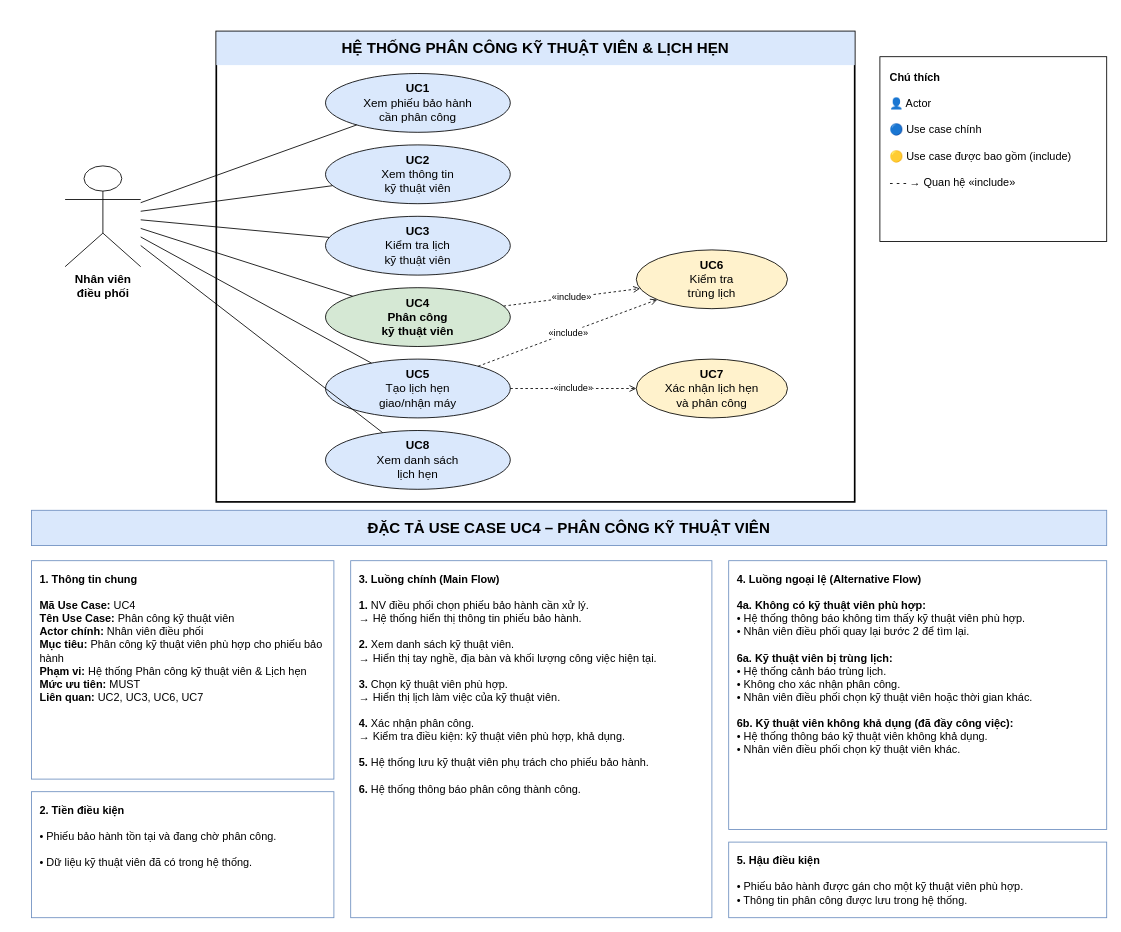
Above: docs/usecase.drawio in taikon47/cdtn1-phamcongtai-l4 (draw.io), before the change. Source tidied: cells renumbered, new cells numbered last; positions are measured from the earlier drawing's top-left corner, leaving out a move shared by most shapes. Both pictures are drawn from the tidied source at 84%, with x=0, y=0 at pixel (31, 31).
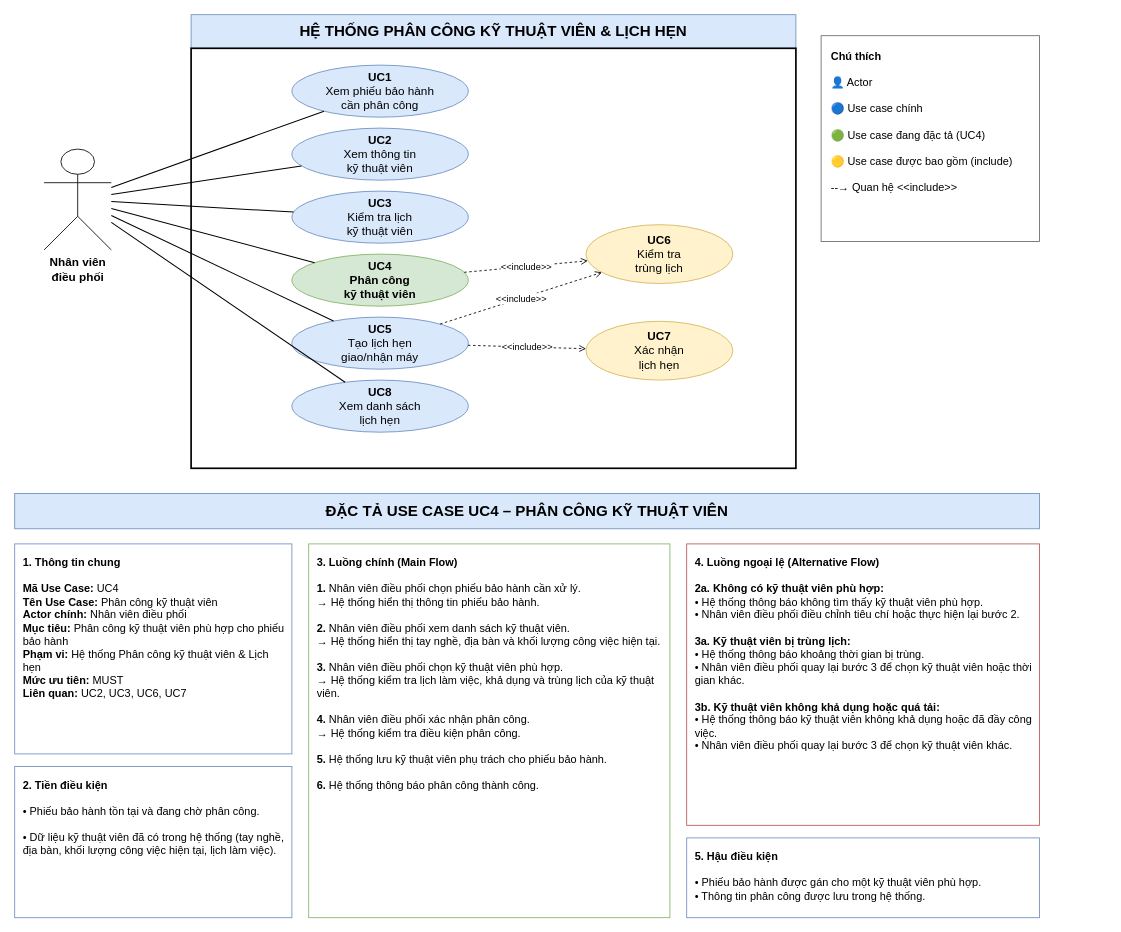
The same page after the edit.

Commit message (it also covers changes not shown here):
docs: refine SRS and use case specification

What changed in the source:
```diff
@@
+    <mxCell id="3" value="HỆ THỐNG PHÂN CÔNG KỸ THUẬT VIÊN &amp;amp; LỊCH HẸN" style="rounded=0;whiteSpace=wrap;html=1;fillColor=#dae8fc;strokeColor=#6c8ebf;fontStyle=1;fontSize=18;align=center;" parent="1" vertex="1">
+      <mxGeometry x="190" y="-20" width="720" height="40" as="geometry" />
+    </mxCell>
     <mxCell id="2" style="rounded=0;whiteSpace=wrap;html=1;fillColor=none;strokeColor=#000000;strokeWidth=2;" parent="1" vertex="1">
-      <mxGeometry x="220" width="760" height="560" as="geometry" />
+      <mxGeometry x="190" y="20" width="720" height="500" as="geometry" />
     </mxCell>
-    <mxCell id="3" value="HỆ THỐNG PHÂN CÔNG KỸ THUẬT VIÊN &amp; LỊCH HẸN" style="rounded=0;whiteSpace=wrap;html=1;fillColor=#dae8fc;strokeColor=none;fontStyle=1;fontSize=18;align=center;verticalAlign=middle;" parent="1" vertex="1">
-      <mxGeometry x="220" width="760" height="40" as="geometry" />
-    </mxCell>
     <mxCell id="4" value="Nhân viên&lt;br&gt;điều phối" style="shape=umlActor;verticalLabelPosition=bottom;verticalAlign=top;html=1;outlineConnect=0;fontStyle=1;fontSize=14;" parent="1" vertex="1">
-      <mxGeometry x="40" y="160" width="90" height="120" as="geometry" />
+      <mxGeometry x="15" y="140" width="80" height="120" as="geometry" />
     </mxCell>
-    <mxCell id="5" value="&lt;b&gt;UC1&lt;/b&gt;&lt;br&gt;Xem phiếu bảo hành&lt;br&gt;cần phân công" style="ellipse;whiteSpace=wrap;html=1;fillColor=#dae8fc;strokeColor=#000000;fontSize=14;" parent="1" vertex="1">
-      <mxGeometry x="350" y="50" width="220" height="70" as="geometry" />
+    <mxCell id="5" value="&lt;b&gt;UC1&lt;/b&gt;&lt;br&gt;Xem phiếu bảo hành&lt;br&gt;cần phân công" style="ellipse;whiteSpace=wrap;html=1;fillColor=#dae8fc;strokeColor=#6c8ebf;fontSize=14;" parent="1" vertex="1">
+      <mxGeometry x="310" y="40" width="210" height="62" as="geometry" />
     </mxCell>
-    <mxCell id="6" value="&lt;b&gt;UC2&lt;/b&gt;&lt;br&gt;Xem thông tin&lt;br&gt;kỹ thuật viên" style="ellipse;whiteSpace=wrap;html=1;fillColor=#dae8fc;strokeColor=#000000;fontSize=14;" parent="1" vertex="1">
-      <mxGeometry x="350" y="135" width="220" height="70" as="geometry" />
+    <mxCell id="6" value="&lt;b&gt;UC2&lt;/b&gt;&lt;br&gt;Xem thông tin&lt;br&gt;kỹ thuật viên" style="ellipse;whiteSpace=wrap;html=1;fillColor=#dae8fc;strokeColor=#6c8ebf;fontSize=14;" parent="1" vertex="1">
+      <mxGeometry x="310" y="115" width="210" height="62" as="geometry" />
     </mxCell>
-    <mxCell id="7" value="&lt;b&gt;UC3&lt;/b&gt;&lt;br&gt;Kiểm tra lịch&lt;br&gt;kỹ thuật viên" style="ellipse;whiteSpace=wrap;html=1;fillColor=#dae8fc;strokeColor=#000000;fontSize=14;" parent="1" vertex="1">
-      <mxGeometry x="350" y="220" width="220" height="70" as="geometry" />
+    <mxCell id="7" value="&lt;b&gt;UC3&lt;/b&gt;&lt;br&gt;Kiểm tra lịch&lt;br&gt;kỹ thuật viên" style="ellipse;whiteSpace=wrap;html=1;fillColor=#dae8fc;strokeColor=#6c8ebf;fontSize=14;" parent="1" vertex="1">
+      <mxGeometry x="310" y="190" width="210" height="62" as="geometry" />
     </mxCell>
-    <mxCell id="8" value="&lt;b&gt;UC4&lt;/b&gt;&lt;br&gt;Phân công&lt;br&gt;kỹ thuật viên" style="ellipse;whiteSpace=wrap;html=1;fillColor=#d5e8d4;strokeColor=#000000;fontSize=14;fontStyle=1;" parent="1" vertex="1">
-      <mxGeometry x="350" y="305" width="220" height="70" as="geometry" />
+    <mxCell id="8" value="&lt;b&gt;UC4&lt;/b&gt;&lt;br&gt;Phân công&lt;br&gt;kỹ thuật viên" style="ellipse;whiteSpace=wrap;html=1;fillColor=#d5e8d4;strokeColor=#82b366;fontSize=14;fontStyle=1;" parent="1" vertex="1">
+      <mxGeometry x="310" y="265" width="210" height="62" as="geometry" />
     </mxCell>
-    <mxCell id="9" value="&lt;b&gt;UC5&lt;/b&gt;&lt;br&gt;Tạo lịch hẹn&lt;br&gt;giao/nhận máy" style="ellipse;whiteSpace=wrap;html=1;fillColor=#dae8fc;strokeColor=#000000;fontSize=14;" parent="1" vertex="1">
-      <mxGeometry x="350" y="390" width="220" height="70" as="geometry" />
+    <mxCell id="9" value="&lt;b&gt;UC5&lt;/b&gt;&lt;br&gt;Tạo lịch hẹn&lt;br&gt;giao/nhận máy" style="ellipse;whiteSpace=wrap;html=1;fillColor=#dae8fc;strokeColor=#6c8ebf;fontSize=14;" parent="1" vertex="1">
+      <mxGeometry x="310" y="340" width="210" height="62" as="geometry" />
     </mxCell>
-    <mxCell id="10" value="&lt;b&gt;UC8&lt;/b&gt;&lt;br&gt;Xem danh sách&lt;br&gt;lịch hẹn" style="ellipse;whiteSpace=wrap;html=1;fillColor=#dae8fc;strokeColor=#000000;fontSize=14;" parent="1" vertex="1">
-      <mxGeometry x="350" y="475" width="220" height="70" as="geometry" />
+    <mxCell id="10" value="&lt;b&gt;UC8&lt;/b&gt;&lt;br&gt;Xem danh sách&lt;br&gt;lịch hẹn" style="ellipse;whiteSpace=wrap;html=1;fillColor=#dae8fc;strokeColor=#6c8ebf;fontSize=14;" parent="1" vertex="1">
+      <mxGeometry x="310" y="415" width="210" height="62" as="geometry" />
     </mxCell>
-    <mxCell id="11" value="&lt;b&gt;UC6&lt;/b&gt;&lt;br&gt;Kiểm tra&lt;br&gt;trùng lịch" style="ellipse;whiteSpace=wrap;html=1;fillColor=#fff2cc;strokeColor=#000000;fontSize=14;" parent="1" vertex="1">
-      <mxGeometry x="720" y="260" width="180" height="70" as="geometry" />
+    <mxCell id="11" value="&lt;b&gt;UC6&lt;/b&gt;&lt;br&gt;Kiểm tra&lt;br&gt;trùng lịch" style="ellipse;whiteSpace=wrap;html=1;fillColor=#fff2cc;strokeColor=#d6b656;fontSize=14;" parent="1" vertex="1">
+      <mxGeometry x="660" y="230" width="175" height="70" as="geometry" />
     </mxCell>
-    <mxCell id="12" value="&lt;b&gt;UC7&lt;/b&gt;&lt;br&gt;Xác nhận lịch hẹn&lt;br&gt;và phân công" style="ellipse;whiteSpace=wrap;html=1;fillColor=#fff2cc;strokeColor=#000000;fontSize=14;" parent="1" vertex="1">
-      <mxGeometry x="720" y="390" width="180" height="70" as="geometry" />
+    <mxCell id="12" value="&lt;b&gt;UC7&lt;/b&gt;&lt;br&gt;Xác nhận&lt;br&gt;lịch hẹn" style="ellipse;whiteSpace=wrap;html=1;fillColor=#fff2cc;strokeColor=#d6b656;fontSize=14;" parent="1" vertex="1">
+      <mxGeometry x="660" y="345" width="175" height="70" as="geometry" />
     </mxCell>
-    <mxCell id="13" style="endArrow=none;html=1;rounded=0;" parent="1" edge="1" source="4" target="5">
+    <mxCell id="13" style="endArrow=none;html=1;rounded=0;strokeWidth=1.2;" parent="1" edge="1" source="4" target="5">
       <mxGeometry relative="1" as="geometry" />
     </mxCell>
-    <mxCell id="14" style="endArrow=none;html=1;rounded=0;" parent="1" edge="1" source="4" target="6">
+    <mxCell id="14" style="endArrow=none;html=1;rounded=0;strokeWidth=1.2;" parent="1" edge="1" source="4" target="6">
       <mxGeometry relative="1" as="geometry" />
     </mxCell>
-    <mxCell id="15" style="endArrow=none;html=1;rounded=0;" parent="1" edge="1" source="4" target="7">
+    <mxCell id="15" style="endArrow=none;html=1;rounded=0;strokeWidth=1.2;" parent="1" edge="1" source="4" target="7">
       <mxGeometry relative="1" as="geometry" />
     </mxCell>
-    <mxCell id="16" style="endArrow=none;html=1;rounded=0;" parent="1" edge="1" source="4" target="8">
+    <mxCell id="16" style="endArrow=none;html=1;rounded=0;strokeWidth=1.2;" parent="1" edge="1" source="4" target="8">
       <mxGeometry relative="1" as="geometry" />
     </mxCell>
-    <mxCell id="17" style="endArrow=none;html=1;rounded=0;" parent="1" edge="1" source="4" target="9">
+    <mxCell id="17" style="endArrow=none;html=1;rounded=0;strokeWidth=1.2;" parent="1" edge="1" source="4" target="9">
       <mxGeometry relative="1" as="geometry" />
     </mxCell>
-    <mxCell id="18" style="endArrow=none;html=1;rounded=0;" parent="1" edge="1" source="4" target="10">
+    <mxCell id="18" style="endArrow=none;html=1;rounded=0;strokeWidth=1.2;" parent="1" edge="1" source="4" target="10">
       <mxGeometry relative="1" as="geometry" />
     </mxCell>
-    <mxCell id="19" value="«include»" style="dashed=1;endArrow=open;endFill=0;html=1;rounded=0;" parent="1" edge="1" source="8" target="11">
+    <mxCell id="19" value="&amp;lt;&amp;lt;include&amp;gt;&amp;gt;" style="dashed=1;endArrow=open;endFill=0;html=1;fontSize=11;labelBackgroundColor=#ffffff;" parent="1" edge="1" source="8" target="11">
       <mxGeometry relative="1" as="geometry" />
     </mxCell>
-    <mxCell id="20" value="«include»" style="dashed=1;endArrow=open;endFill=0;html=1;rounded=0;" parent="1" edge="1" source="9" target="11">
+    <mxCell id="20" value="&amp;lt;&amp;lt;include&amp;gt;&amp;gt;" style="dashed=1;endArrow=open;endFill=0;html=1;fontSize=11;labelBackgroundColor=#ffffff;" parent="1" edge="1" source="9" target="11">
       <mxGeometry relative="1" as="geometry" />
     </mxCell>
-    <mxCell id="21" value="«include»" style="dashed=1;endArrow=open;endFill=0;html=1;rounded=0;" parent="1" edge="1" source="9" target="12">
+    <mxCell id="21" value="&amp;lt;&amp;lt;include&amp;gt;&amp;gt;" style="dashed=1;endArrow=open;endFill=0;html=1;fontSize=11;labelBackgroundColor=#ffffff;" parent="1" edge="1" source="9" target="12">
       <mxGeometry relative="1" as="geometry" />
     </mxCell>
-    <mxCell id="22" value="&lt;b&gt;Chú thích&lt;/b&gt;&lt;br&gt;&lt;br&gt;👤 Actor&lt;br&gt;&lt;br&gt;🔵 Use case chính&lt;br&gt;&lt;br&gt;🟡 Use case được bao gồm (include)&lt;br&gt;&lt;br&gt;- - - → Quan hệ «include»" style="rounded=0;whiteSpace=wrap;html=1;fillColor=#ffffff;strokeColor=#000000;fontSize=13;align=left;verticalAlign=top;spacing=12;" parent="1" vertex="1">
-      <mxGeometry x="1010" y="30" width="270" height="220" as="geometry" />
+    <mxCell id="22" value="&lt;b&gt;Chú thích&lt;/b&gt;&lt;br&gt;&lt;br&gt;👤 Actor&lt;br&gt;&lt;br&gt;🔵 Use case chính&lt;br&gt;&lt;br&gt;🟢 Use case đang đặc tả (UC4)&lt;br&gt;&lt;br&gt;🟡 Use case được bao gồm (include)&lt;br&gt;&lt;br&gt;--→ Quan hệ &amp;lt;&amp;lt;include&amp;gt;&amp;gt;" style="rounded=0;whiteSpace=wrap;html=1;fillColor=#ffffff;strokeColor=#666666;align=left;verticalAlign=top;spacing=12;fontSize=13;" parent="1" vertex="1">
+      <mxGeometry x="940" y="5" width="260" height="245" as="geometry" />
     </mxCell>
-    <mxCell id="23" value="ĐẶC TẢ USE CASE UC4 – PHÂN CÔNG KỸ THUẬT VIÊN" style="rounded=0;whiteSpace=wrap;html=1;fillColor=#dae8fc;strokeColor=#6c8ebf;fontStyle=1;fontSize=18;" parent="1" vertex="1">
-      <mxGeometry y="570" width="1280" height="42" as="geometry" />
+    <mxCell id="23" value="ĐẶC TẢ USE CASE UC4 – PHÂN CÔNG KỸ THUẬT VIÊN" style="rounded=0;whiteSpace=wrap;html=1;fillColor=#dae8fc;strokeColor=#6c8ebf;fontStyle=1;fontSize=18;align=center;" parent="1" vertex="1">
+      <mxGeometry x="-20" y="550" width="1220" height="42" as="geometry" />
     </mxCell>
-    <mxCell id="24" value="&lt;b&gt;1. Thông tin chung&lt;/b&gt;&lt;br&gt;&lt;br&gt; &lt;b&gt;Mã Use Case:&lt;/b&gt; UC4&lt;br&gt; &lt;b&gt;Tên Use Case:&lt;/b&gt; Phân công kỹ thuật viên&lt;br&gt; &lt;b&gt;Actor chính:&lt;/b&gt; Nhân viên điều phối&lt;br&gt; &lt;b&gt;Mục tiêu:&lt;/b&gt; Phân công kỹ thuật viên phù hợp cho phiếu bảo hành&lt;br&gt; &lt;b&gt;Phạm vi:&lt;/b&gt; Hệ thống Phân công kỹ thuật viên &amp;amp; Lịch hẹn&lt;br&gt; &lt;b&gt;Mức ưu tiên:&lt;/b&gt; MUST&lt;br&gt; &lt;b&gt;Liên quan:&lt;/b&gt; UC2, UC3, UC6, UC7" style="rounded=0;whiteSpace=wrap;html=1;fillColor=#ffffff;strokeColor=#6c8ebf;fontSize=13;align=left;verticalAlign=top;spacing=10;" parent="1" vertex="1">
-      <mxGeometry y="630" width="360" height="260" as="geometry" />
+    <mxCell id="24" value="&lt;b&gt;1. Thông tin chung&lt;/b&gt;&lt;br&gt;&lt;br&gt;&lt;b&gt;Mã Use Case:&lt;/b&gt; UC4&lt;br&gt;&lt;b&gt;Tên Use Case:&lt;/b&gt; Phân công kỹ thuật viên&lt;br&gt;&lt;b&gt;Actor chính:&lt;/b&gt; Nhân viên điều phối&lt;br&gt;&lt;b&gt;Mục tiêu:&lt;/b&gt; Phân công kỹ thuật viên phù hợp cho phiếu bảo hành&lt;br&gt;&lt;b&gt;Phạm vi:&lt;/b&gt; Hệ thống Phân công kỹ thuật viên &amp;amp; Lịch hẹn&lt;br&gt;&lt;b&gt;Mức ưu tiên:&lt;/b&gt; MUST&lt;br&gt;&lt;b&gt;Liên quan:&lt;/b&gt; UC2, UC3, UC6, UC7" style="rounded=0;whiteSpace=wrap;html=1;fillColor=#ffffff;strokeColor=#6c8ebf;align=left;verticalAlign=top;spacing=10;fontSize=13;" parent="1" vertex="1">
+      <mxGeometry x="-20" y="610" width="330" height="250" as="geometry" />
     </mxCell>
-    <mxCell id="25" value="&lt;b&gt;2. Tiền điều kiện&lt;/b&gt;&lt;br&gt;&lt;br&gt; • Phiếu bảo hành tồn tại và đang chờ phân công.&lt;br&gt;&lt;br&gt; • Dữ liệu kỹ thuật viên đã có trong hệ thống." style="rounded=0;whiteSpace=wrap;html=1;fillColor=#ffffff;strokeColor=#6c8ebf;fontSize=13;align=left;verticalAlign=top;spacing=10;" parent="1" vertex="1">
-      <mxGeometry y="905" width="360" height="150" as="geometry" />
+    <mxCell id="25" value="&lt;b&gt;2. Tiền điều kiện&lt;/b&gt;&lt;br&gt;&lt;br&gt;• Phiếu bảo hành tồn tại và đang chờ phân công.&lt;br&gt;&lt;br&gt;• Dữ liệu kỹ thuật viên đã có trong hệ thống (tay nghề, địa bàn, khối lượng công việc hiện tại, lịch làm việc)." style="rounded=0;whiteSpace=wrap;html=1;fillColor=#ffffff;strokeColor=#6c8ebf;align=left;verticalAlign=top;spacing=10;fontSize=13;" parent="1" vertex="1">
+      <mxGeometry x="-20" y="875" width="330" height="180" as="geometry" />
     </mxCell>
-    <mxCell id="26" value="&lt;b&gt;3. Luồng chính (Main Flow)&lt;/b&gt;&lt;br&gt;&lt;br&gt; &lt;b&gt;1.&lt;/b&gt; NV điều phối chọn phiếu bảo hành cần xử lý.&lt;br&gt; → Hệ thống hiển thị thông tin phiếu bảo hành.&lt;br&gt;&lt;br&gt; &lt;b&gt;2.&lt;/b&gt; Xem danh sách kỹ thuật viên.&lt;br&gt; → Hiển thị tay nghề, địa bàn và khối lượng công việc hiện tại.&lt;br&gt;&lt;br&gt; &lt;b&gt;3.&lt;/b&gt; Chọn kỹ thuật viên phù hợp.&lt;br&gt; → Hiển thị lịch làm việc của kỹ thuật viên.&lt;br&gt;&lt;br&gt; &lt;b&gt;4.&lt;/b&gt; Xác nhận phân công.&lt;br&gt; → Kiểm tra điều kiện: kỹ thuật viên phù hợp, khả dụng.&lt;br&gt;&lt;br&gt; &lt;b&gt;5.&lt;/b&gt; Hệ thống lưu kỹ thuật viên phụ trách cho phiếu bảo hành.&lt;br&gt;&lt;br&gt; &lt;b&gt;6.&lt;/b&gt; Hệ thống thông báo phân công thành công." style="rounded=0;whiteSpace=wrap;html=1;fillColor=#ffffff;strokeColor=#6c8ebf;fontSize=13;align=left;verticalAlign=top;spacing=10;" parent="1" vertex="1">
-      <mxGeometry x="380" y="630" width="430" height="425" as="geometry" />
+    <mxCell id="26" value="&lt;b&gt;3. Luồng chính (Main Flow)&lt;/b&gt;&lt;br&gt;&lt;br&gt;&lt;b&gt;1.&lt;/b&gt; Nhân viên điều phối chọn phiếu bảo hành cần xử lý.&lt;br&gt;→ Hệ thống hiển thị thông tin phiếu bảo hành.&lt;br&gt;&lt;br&gt;&lt;b&gt;2.&lt;/b&gt; Nhân viên điều phối xem danh sách kỹ thuật viên.&lt;br&gt;→ Hệ thống hiển thị tay nghề, địa bàn và khối lượng công việc hiện tại.&lt;br&gt;&lt;br&gt;&lt;b&gt;3.&lt;/b&gt; Nhân viên điều phối chọn kỹ thuật viên phù hợp.&lt;br&gt;→ Hệ thống kiểm tra lịch làm việc, khả dụng và trùng lịch của kỹ thuật viên.&lt;br&gt;&lt;br&gt;&lt;b&gt;4.&lt;/b&gt; Nhân viên điều phối xác nhận phân công.&lt;br&gt;→ Hệ thống kiểm tra điều kiện phân công.&lt;br&gt;&lt;br&gt;&lt;b&gt;5.&lt;/b&gt; Hệ thống lưu kỹ thuật viên phụ trách cho phiếu bảo hành.&lt;br&gt;&lt;br&gt;&lt;b&gt;6.&lt;/b&gt; Hệ thống thông báo phân công thành công." style="rounded=0;whiteSpace=wrap;html=1;fillColor=#ffffff;strokeColor=#82b366;align=left;verticalAlign=top;spacing=10;fontSize=13;" parent="1" vertex="1">
+      <mxGeometry x="330" y="610" width="430" height="445" as="geometry" />
     </mxCell>
-    <mxCell id="27" value="&lt;b&gt;4. Luồng ngoại lệ (Alternative Flow)&lt;/b&gt;&lt;br&gt;&lt;br&gt; &lt;b&gt;4a. Không có kỹ thuật viên phù hợp:&lt;/b&gt;&lt;br&gt; • Hệ thống thông báo không tìm thấy kỹ thuật viên phù hợp.&lt;br&gt; • Nhân viên điều phối quay lại bước 2 để tìm lại.&lt;br&gt;&lt;br&gt; &lt;b&gt;6a. Kỹ thuật viên bị trùng lịch:&lt;/b&gt;&lt;br&gt; • Hệ thống cảnh báo trùng lịch.&lt;br&gt; • Không cho xác nhận phân công.&lt;br&gt; • Nhân viên điều phối chọn kỹ thuật viên hoặc thời gian khác.&lt;br&gt;&lt;br&gt; &lt;b&gt;6b. Kỹ thuật viên không khả dụng (đã đầy công việc):&lt;/b&gt;&lt;br&gt; • Hệ thống thông báo kỹ thuật viên không khả dụng.&lt;br&gt; • Nhân viên điều phối chọn kỹ thuật viên khác." style="rounded=0;whiteSpace=wrap;html=1;fillColor=#ffffff;strokeColor=#6c8ebf;fontSize=13;align=left;verticalAlign=top;spacing=10;" parent="1" vertex="1">
-      <mxGeometry x="830" y="630" width="450" height="320" as="geometry" />
+    <mxCell id="27" value="&lt;b&gt;4. Luồng ngoại lệ (Alternative Flow)&lt;/b&gt;&lt;br&gt;&lt;br&gt;&lt;b&gt;2a. Không có kỹ thuật viên phù hợp:&lt;/b&gt;&lt;br&gt;• Hệ thống thông báo không tìm thấy kỹ thuật viên phù hợp.&lt;br&gt;• Nhân viên điều phối điều chỉnh tiêu chí hoặc thực hiện lại bước 2.&lt;br&gt;&lt;br&gt;&lt;b&gt;3a. Kỹ thuật viên bị trùng lịch:&lt;/b&gt;&lt;br&gt;• Hệ thống thông báo khoảng thời gian bị trùng.&lt;br&gt;• Nhân viên điều phối quay lại bước 3 để chọn kỹ thuật viên hoặc thời gian khác.&lt;br&gt;&lt;br&gt;&lt;b&gt;3b. Kỹ thuật viên không khả dụng hoặc quá tải:&lt;/b&gt;&lt;br&gt;• Hệ thống thông báo kỹ thuật viên không khả dụng hoặc đã đầy công việc.&lt;br&gt;• Nhân viên điều phối quay lại bước 3 để chọn kỹ thuật viên khác." style="rounded=0;whiteSpace=wrap;html=1;fillColor=#ffffff;strokeColor=#b85450;align=left;verticalAlign=top;spacing=10;fontSize=13;" parent="1" vertex="1">
+      <mxGeometry x="780" y="610" width="420" height="335" as="geometry" />
     </mxCell>
-    <mxCell id="28" value="&lt;b&gt;5. Hậu điều kiện&lt;/b&gt;&lt;br&gt;&lt;br&gt; • Phiếu bảo hành được gán cho một kỹ thuật viên phù hợp.&lt;br&gt; • Thông tin phân công được lưu trong hệ thống." style="rounded=0;whiteSpace=wrap;html=1;fillColor=#ffffff;strokeColor=#6c8ebf;fontSize=13;align=left;verticalAlign=top;spacing=10;" parent="1" vertex="1">
-      <mxGeometry x="830" y="965" width="450" height="90" as="geometry" />
+    <mxCell id="28" value="&lt;b&gt;5. Hậu điều kiện&lt;/b&gt;&lt;br&gt;&lt;br&gt;• Phiếu bảo hành được gán cho một kỹ thuật viên phù hợp.&lt;br&gt;• Thông tin phân công được lưu trong hệ thống." style="rounded=0;whiteSpace=wrap;html=1;fillColor=#ffffff;strokeColor=#6c8ebf;align=left;verticalAlign=top;spacing=10;fontSize=13;" parent="1" vertex="1">
+      <mxGeometry x="780" y="960" width="420" height="95" as="geometry" />
     </mxCell>
```
